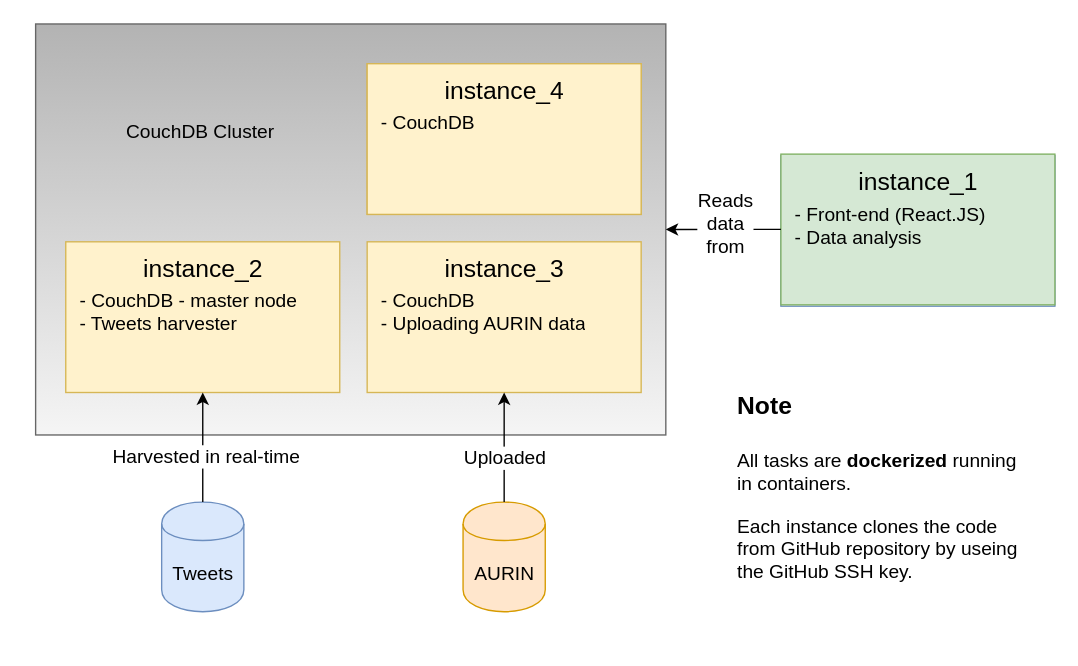
Above: Report/images/Architecture.drawio in zachy-ho/cloud-assignment-2 (draw.io), before the change. Source tidied: cells renumbered, new cells numbered last; positions are measured from the earlier drawing's top-left corner, leaving out a move shared by most shapes. Both pictures are drawn from the tidied source at 137%, with x=0, y=0 at pixel (36, 23).
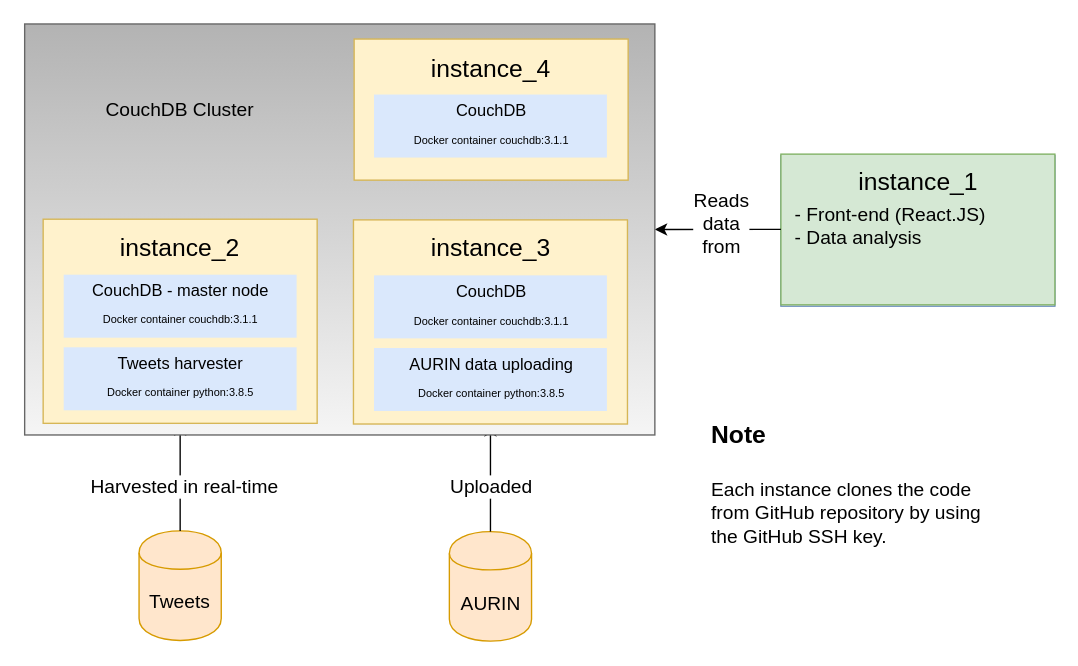
Above is the later version.

Diff of the diagram source:
```diff
@@
-    <mxCell id="2" style="rounded=0;whiteSpace=wrap;html=1;fontSize=14;fillColor=#f5f5f5;strokeColor=#666666;gradientColor=#b3b3b3;gradientDirection=north;" parent="1" vertex="1">
-      <mxGeometry x="-0.5" width="460" height="300" as="geometry" />
-    </mxCell>
@@
-    <mxCell id="7" style="group;" parent="1" vertex="1">
-      <mxGeometry x="21.5" y="159" width="200" height="110" as="geometry" />
-    </mxCell>
-    <mxCell id="8" style="rounded=0;whiteSpace=wrap;html=1;fillColor=#fff2cc;strokeColor=#d6b656;" parent="7" vertex="1">
-      <mxGeometry width="200" height="110" as="geometry" />
-    </mxCell>
-    <mxCell id="9" value="instance_2" style="text;html=1;strokeColor=none;fillColor=none;align=center;verticalAlign=middle;whiteSpace=wrap;rounded=0;fontSize=18;" parent="7" vertex="1">
-      <mxGeometry x="80" y="10" width="40" height="20" as="geometry" />
-    </mxCell>
-    <mxCell id="10" value="- CouchDB - master node&#10;- Tweets harvester" style="text;strokeColor=none;fillColor=none;spacing=0;spacingTop=0;overflow=hidden;rounded=0;fontSize=14;whiteSpace=wrap;" parent="7" vertex="1">
-      <mxGeometry x="10" y="30" width="180" height="70" as="geometry" />
-    </mxCell>
-    <mxCell id="11" style="group;" parent="1" vertex="1">
-      <mxGeometry x="241.5" y="159" width="200" height="110" as="geometry" />
-    </mxCell>
-    <mxCell id="12" style="rounded=0;whiteSpace=wrap;html=1;fillColor=#fff2cc;strokeColor=#d6b656;" parent="11" vertex="1">
-      <mxGeometry width="200" height="110" as="geometry" />
-    </mxCell>
-    <mxCell id="13" value="instance_3" style="text;html=1;strokeColor=none;fillColor=none;align=center;verticalAlign=middle;whiteSpace=wrap;rounded=0;fontSize=18;" parent="11" vertex="1">
-      <mxGeometry x="80" y="10" width="40" height="20" as="geometry" />
-    </mxCell>
-    <mxCell id="14" value="- CouchDB&#10;- Uploading AURIN data" style="text;strokeColor=none;fillColor=none;spacing=0;spacingTop=0;overflow=hidden;rounded=0;fontSize=14;whiteSpace=wrap;" parent="11" vertex="1">
-      <mxGeometry x="10" y="30" width="180" height="70" as="geometry" />
-    </mxCell>
-    <mxCell id="15" style="group;fillColor=#fff2cc;strokeColor=#d6b656;" parent="1" vertex="1">
-      <mxGeometry x="241.5" y="29" width="200" height="110" as="geometry" />
-    </mxCell>
-    <mxCell id="16" style="rounded=0;whiteSpace=wrap;html=1;fillColor=#fff2cc;strokeColor=#d6b656;" parent="15" vertex="1">
-      <mxGeometry width="200" height="110" as="geometry" />
-    </mxCell>
-    <mxCell id="17" value="instance_4" style="text;html=1;strokeColor=none;fillColor=none;align=center;verticalAlign=middle;whiteSpace=wrap;rounded=0;fontSize=18;" parent="15" vertex="1">
-      <mxGeometry x="80" y="10" width="40" height="20" as="geometry" />
-    </mxCell>
-    <mxCell id="18" value="- CouchDB" style="text;strokeColor=none;fillColor=none;spacing=0;spacingTop=0;overflow=hidden;rounded=0;fontSize=14;whiteSpace=wrap;" parent="15" vertex="1">
-      <mxGeometry x="10" y="30" width="180" height="70" as="geometry" />
-    </mxCell>
     <mxCell id="19" value="AURIN" style="shape=cylinder;whiteSpace=wrap;html=1;boundedLbl=1;backgroundOutline=1;fontSize=14;fillColor=#ffe6cc;strokeColor=#d79b00;" parent="1" vertex="1">
-      <mxGeometry x="311.5" y="349" width="60" height="80" as="geometry" />
+      <mxGeometry x="301.5" y="370.5" width="60" height="80" as="geometry" />
     </mxCell>
-    <mxCell id="20" value="Tweets" style="shape=cylinder;whiteSpace=wrap;html=1;boundedLbl=1;backgroundOutline=1;fontSize=14;fillColor=#dae8fc;strokeColor=#6c8ebf;" parent="1" vertex="1">
-      <mxGeometry x="91.5" y="349" width="60" height="80" as="geometry" />
+    <mxCell id="20" value="Tweets" style="shape=cylinder;whiteSpace=wrap;html=1;boundedLbl=1;backgroundOutline=1;fontSize=14;fillColor=#ffe6cc;strokeColor=#d79b00;" parent="1" vertex="1">
+      <mxGeometry x="75" y="370" width="60" height="80" as="geometry" />
     </mxCell>
@@
-    <mxCell id="23" style="endArrow=classic;html=1;fontSize=14;exitX=0.5;exitY=0;exitDx=0;exitDy=0;entryX=0.5;entryY=1;entryDx=0;entryDy=0;" parent="1" edge="1" source="19" target="12">
+    <mxCell id="23" style="endArrow=classic;html=1;fontSize=14;exitX=0.5;exitY=0;exitDx=0;exitDy=0;entryX=0.5;entryY=1;entryDx=0;entryDy=0;" parent="1" edge="1" source="19" target="39">
       <mxGeometry relative="1" as="geometry" />
     </mxCell>
@@
-    <mxCell id="25" value="CouchDB Cluster" style="text;html=1;strokeColor=none;fillColor=none;align=center;verticalAlign=middle;whiteSpace=wrap;rounded=0;fontSize=14;" parent="1" vertex="1">
-      <mxGeometry x="54.5" y="69" width="130" height="20" as="geometry" />
-    </mxCell>
@@
-    <mxCell id="28" value="&lt;h1&gt;&lt;font style=&quot;font-size: 18px&quot;&gt;Note&lt;/font&gt;&lt;/h1&gt;&lt;p&gt;All tasks are &lt;b&gt;dockerized &lt;/b&gt;running in containers.&lt;/p&gt;&lt;p&gt;Each instance clones the code from GitHub repository by useing the GitHub SSH key.&lt;/p&gt;" style="text;html=1;strokeColor=none;fillColor=none;spacing=5;spacingTop=-20;whiteSpace=wrap;overflow=hidden;rounded=0;fontSize=14;" parent="1" vertex="1">
-      <mxGeometry x="507" y="250" width="221" height="171" as="geometry" />
+    <mxCell id="28" value="&lt;h1&gt;&lt;font style=&quot;font-size: 18px&quot;&gt;Note&lt;/font&gt;&lt;/h1&gt;&lt;p&gt;&lt;span&gt;Each instance clones the code from GitHub repository by using the GitHub SSH key.&lt;/span&gt;&lt;br&gt;&lt;/p&gt;" style="text;html=1;strokeColor=none;fillColor=none;spacing=5;spacingTop=-20;whiteSpace=wrap;overflow=hidden;rounded=0;fontSize=14;" parent="1" vertex="1">
+      <mxGeometry x="488" y="270.5" width="221" height="171" as="geometry" />
     </mxCell>
+    <mxCell id="29" style="group;" parent="1" vertex="1">
+      <mxGeometry x="5" y="142.5" width="446.5" height="157.5" as="geometry" />
+    </mxCell>
+    <mxCell id="2" style="rounded=0;whiteSpace=wrap;html=1;fontSize=14;fillColor=#f5f5f5;strokeColor=#666666;gradientColor=#b3b3b3;gradientDirection=north;" parent="29" vertex="1">
+      <mxGeometry x="-13.5" y="-142.5" width="460" height="300" as="geometry" />
+    </mxCell>
+    <mxCell id="8" style="rounded=0;whiteSpace=wrap;html=1;fillColor=#fff2cc;strokeColor=#d6b656;" parent="29" vertex="1">
+      <mxGeometry width="200" height="149" as="geometry" />
+    </mxCell>
+    <mxCell id="9" value="instance_2" style="text;html=1;strokeColor=none;fillColor=none;align=center;verticalAlign=middle;whiteSpace=wrap;rounded=0;fontSize=18;" parent="29" vertex="1">
+      <mxGeometry x="80" y="7.5" width="40" height="27.1" as="geometry" />
+    </mxCell>
+    <mxCell id="30" style="group;" parent="29" vertex="1">
+      <mxGeometry x="15" y="40.5" width="170" height="46" as="geometry" />
+    </mxCell>
+    <mxCell id="31" style="rounded=0;whiteSpace=wrap;html=1;fillColor=#dae8fc;strokeColor=none;" parent="30" vertex="1">
+      <mxGeometry width="170" height="46" as="geometry" />
+    </mxCell>
+    <mxCell id="32" value="CouchDB - master node" style="text;html=1;align=center;spacing=0;" parent="30" vertex="1">
+      <mxGeometry x="10.4" width="150" height="25" as="geometry" />
+    </mxCell>
+    <mxCell id="33" value="&lt;font style=&quot;font-size: 8px&quot;&gt;Docker container couchdb:3.1.1&lt;/font&gt;" style="text;html=1;align=center;spacing=0;" parent="30" vertex="1">
+      <mxGeometry x="10.4" y="20" width="150" height="20" as="geometry" />
+    </mxCell>
+    <mxCell id="34" style="group;" parent="29" vertex="1">
+      <mxGeometry x="15" y="93.5" width="170" height="46" as="geometry" />
+    </mxCell>
+    <mxCell id="35" style="rounded=0;whiteSpace=wrap;html=1;fillColor=#dae8fc;strokeColor=none;" parent="34" vertex="1">
+      <mxGeometry width="170" height="46" as="geometry" />
+    </mxCell>
+    <mxCell id="36" value="Tweets harvester" style="text;html=1;align=center;spacing=0;" parent="34" vertex="1">
+      <mxGeometry x="10.4" width="150" height="25" as="geometry" />
+    </mxCell>
+    <mxCell id="37" value="&lt;font style=&quot;font-size: 8px&quot;&gt;Docker container python:3.8.5&lt;/font&gt;" style="text;html=1;align=center;spacing=0;" parent="34" vertex="1">
+      <mxGeometry x="10.4" y="20" width="150" height="20" as="geometry" />
+    </mxCell>
+    <mxCell id="25" value="CouchDB Cluster" style="text;html=1;strokeColor=none;fillColor=none;align=center;verticalAlign=middle;whiteSpace=wrap;rounded=0;fontSize=14;" parent="29" vertex="1">
+      <mxGeometry x="35" y="-90" width="130" height="20" as="geometry" />
+    </mxCell>
+    <mxCell id="38" style="group;" parent="1" vertex="1">
+      <mxGeometry x="231.5" y="143" width="200" height="149" as="geometry" />
+    </mxCell>
+    <mxCell id="39" style="rounded=0;whiteSpace=wrap;html=1;fillColor=#fff2cc;strokeColor=#d6b656;" parent="38" vertex="1">
+      <mxGeometry width="200" height="149" as="geometry" />
+    </mxCell>
+    <mxCell id="13" value="instance_3" style="text;html=1;strokeColor=none;fillColor=none;align=center;verticalAlign=middle;whiteSpace=wrap;rounded=0;fontSize=18;" parent="38" vertex="1">
+      <mxGeometry x="80" y="7.5" width="40" height="27.1" as="geometry" />
+    </mxCell>
+    <mxCell id="40" style="group;" parent="38" vertex="1">
+      <mxGeometry x="15" y="40.5" width="170" height="46" as="geometry" />
+    </mxCell>
+    <mxCell id="41" style="rounded=0;whiteSpace=wrap;html=1;fillColor=#dae8fc;strokeColor=none;" parent="40" vertex="1">
+      <mxGeometry width="170" height="46" as="geometry" />
+    </mxCell>
+    <mxCell id="42" value="CouchDB" style="text;html=1;align=center;spacing=0;" parent="40" vertex="1">
+      <mxGeometry x="10.4" width="150" height="25" as="geometry" />
+    </mxCell>
+    <mxCell id="43" value="&lt;font style=&quot;font-size: 8px&quot;&gt;Docker container couchdb:3.1.1&lt;/font&gt;" style="text;html=1;align=center;spacing=0;" parent="40" vertex="1">
+      <mxGeometry x="10.4" y="20" width="150" height="20" as="geometry" />
+    </mxCell>
+    <mxCell id="44" style="group;" parent="38" vertex="1">
+      <mxGeometry x="15" y="93.5" width="170" height="46" as="geometry" />
+    </mxCell>
+    <mxCell id="45" style="rounded=0;whiteSpace=wrap;html=1;fillColor=#dae8fc;strokeColor=none;" parent="44" vertex="1">
+      <mxGeometry width="170" height="46" as="geometry" />
+    </mxCell>
+    <mxCell id="46" value="AURIN data uploading" style="text;html=1;align=center;spacing=0;" parent="44" vertex="1">
+      <mxGeometry x="10.4" width="150" height="25" as="geometry" />
+    </mxCell>
+    <mxCell id="47" value="&lt;font style=&quot;font-size: 8px&quot;&gt;Docker container python:3.8.5&lt;/font&gt;" style="text;html=1;align=center;spacing=0;" parent="44" vertex="1">
+      <mxGeometry x="10.4" y="20" width="150" height="20" as="geometry" />
+    </mxCell>
+    <mxCell id="48" style="group;" parent="1" vertex="1">
+      <mxGeometry x="232" y="11" width="200" height="103" as="geometry" />
+    </mxCell>
+    <mxCell id="49" style="rounded=0;whiteSpace=wrap;html=1;fillColor=#fff2cc;strokeColor=#d6b656;" parent="48" vertex="1">
+      <mxGeometry width="200" height="103" as="geometry" />
+    </mxCell>
+    <mxCell id="17" value="instance_4" style="text;html=1;strokeColor=none;fillColor=none;align=center;verticalAlign=middle;whiteSpace=wrap;rounded=0;fontSize=18;" parent="48" vertex="1">
+      <mxGeometry x="79.5" y="8" width="40" height="27" as="geometry" />
+    </mxCell>
+    <mxCell id="50" style="group;" parent="48" vertex="1">
+      <mxGeometry x="14.5" y="40.5" width="170" height="46" as="geometry" />
+    </mxCell>
+    <mxCell id="51" style="rounded=0;whiteSpace=wrap;html=1;fillColor=#dae8fc;strokeColor=none;" parent="50" vertex="1">
+      <mxGeometry width="170" height="46" as="geometry" />
+    </mxCell>
+    <mxCell id="52" value="CouchDB" style="text;html=1;align=center;spacing=0;" parent="50" vertex="1">
+      <mxGeometry x="10.4" width="150" height="25" as="geometry" />
+    </mxCell>
+    <mxCell id="53" value="&lt;font style=&quot;font-size: 8px&quot;&gt;Docker container couchdb:3.1.1&lt;/font&gt;" style="text;html=1;align=center;spacing=0;" parent="50" vertex="1">
+      <mxGeometry x="10.4" y="20" width="150" height="20" as="geometry" />
+    </mxCell>
```
